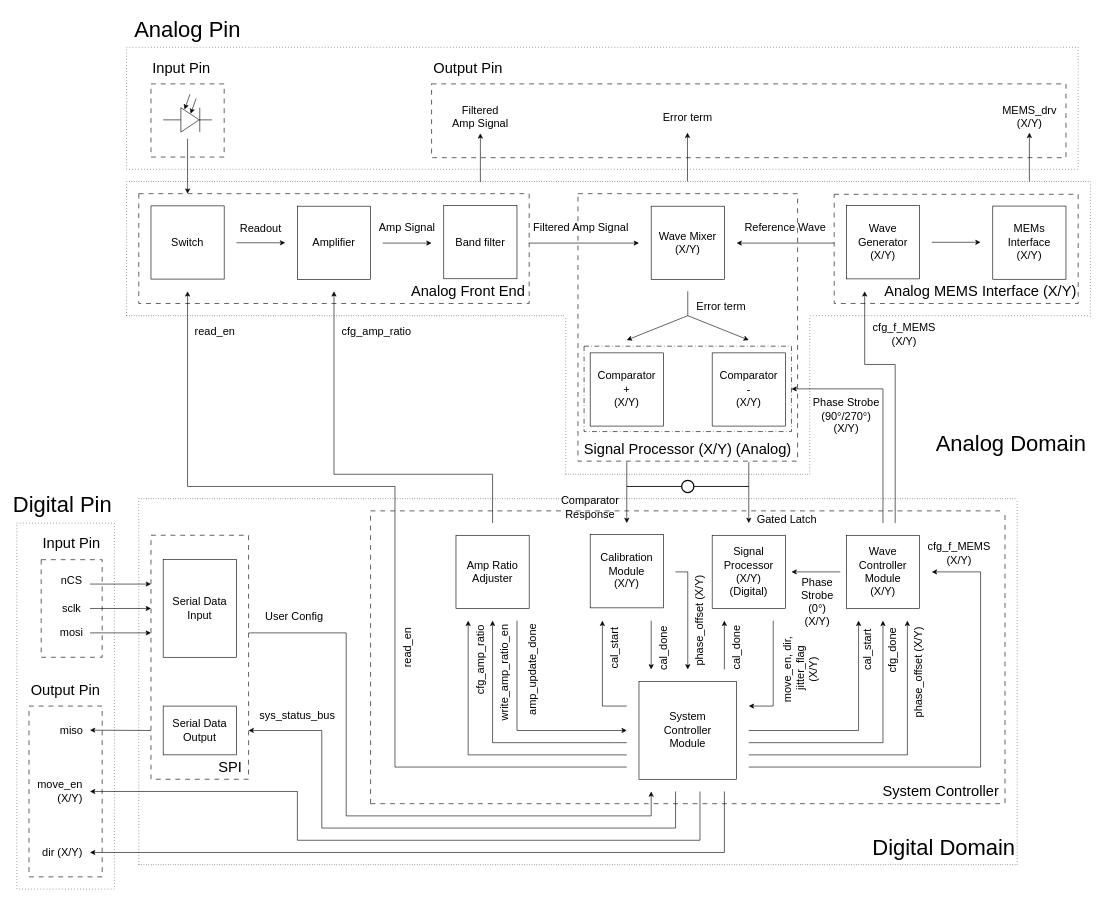
This is page "Chip Architect" (2 of 13) of Media/Optical Probe Station Design.drawio from victoriatjhin/Probton, a draw.io file, before an edit. Source tidied: cells renumbered, new cells numbered last; positions are measured from the earlier drawing's top-left corner, leaving out a move shared by most shapes. Both pictures are drawn from the tidied source at 61%, with x=0, y=0 at pixel (10, 10).
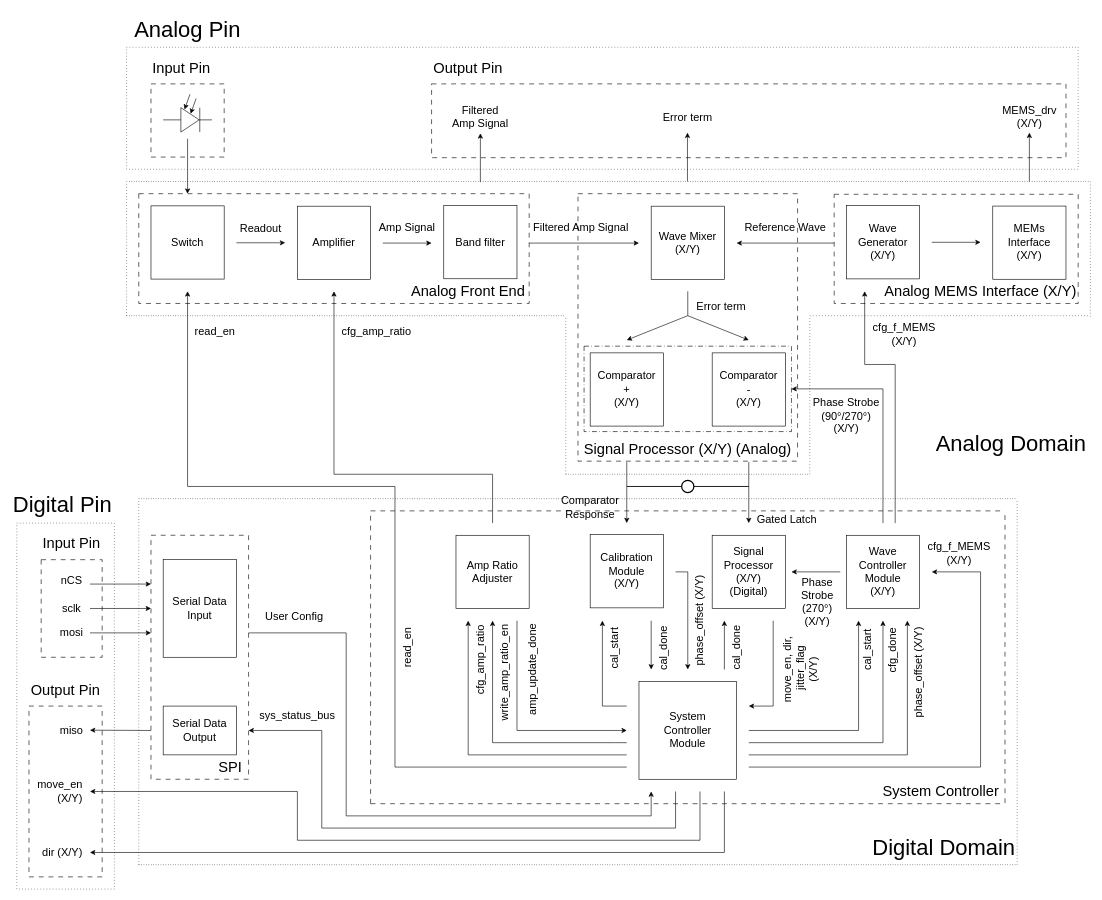
The same diagram, later.

Change to the diagram source:
```diff
@@
-    <mxCell id="104" value="&lt;span style=&quot;font-size: 18px;&quot;&gt;Phase&lt;br&gt;Strobe&lt;/span&gt;&lt;br&gt;&lt;span style=&quot;font-size: 18px;&quot;&gt;(0°)&lt;/span&gt;&lt;br&gt;&lt;span style=&quot;font-size: 18px;&quot;&gt;(X/Y)&lt;/span&gt;" style="text;html=1;whiteSpace=wrap;strokeColor=none;fillColor=none;align=center;verticalAlign=middle;rounded=0;" parent="1" vertex="1">
+    <mxCell id="104" value="&lt;span style=&quot;font-size: 18px;&quot;&gt;Phase&lt;br&gt;Strobe&lt;/span&gt;&lt;br&gt;&lt;span style=&quot;font-size: 18px;&quot;&gt;(270°)&lt;/span&gt;&lt;br&gt;&lt;span style=&quot;font-size: 18px;&quot;&gt;(X/Y)&lt;/span&gt;" style="text;html=1;whiteSpace=wrap;strokeColor=none;fillColor=none;align=center;verticalAlign=middle;rounded=0;" parent="1" vertex="1">
       <mxGeometry x="1290" y="920" width="65" height="100" as="geometry" />
     </mxCell>
```
